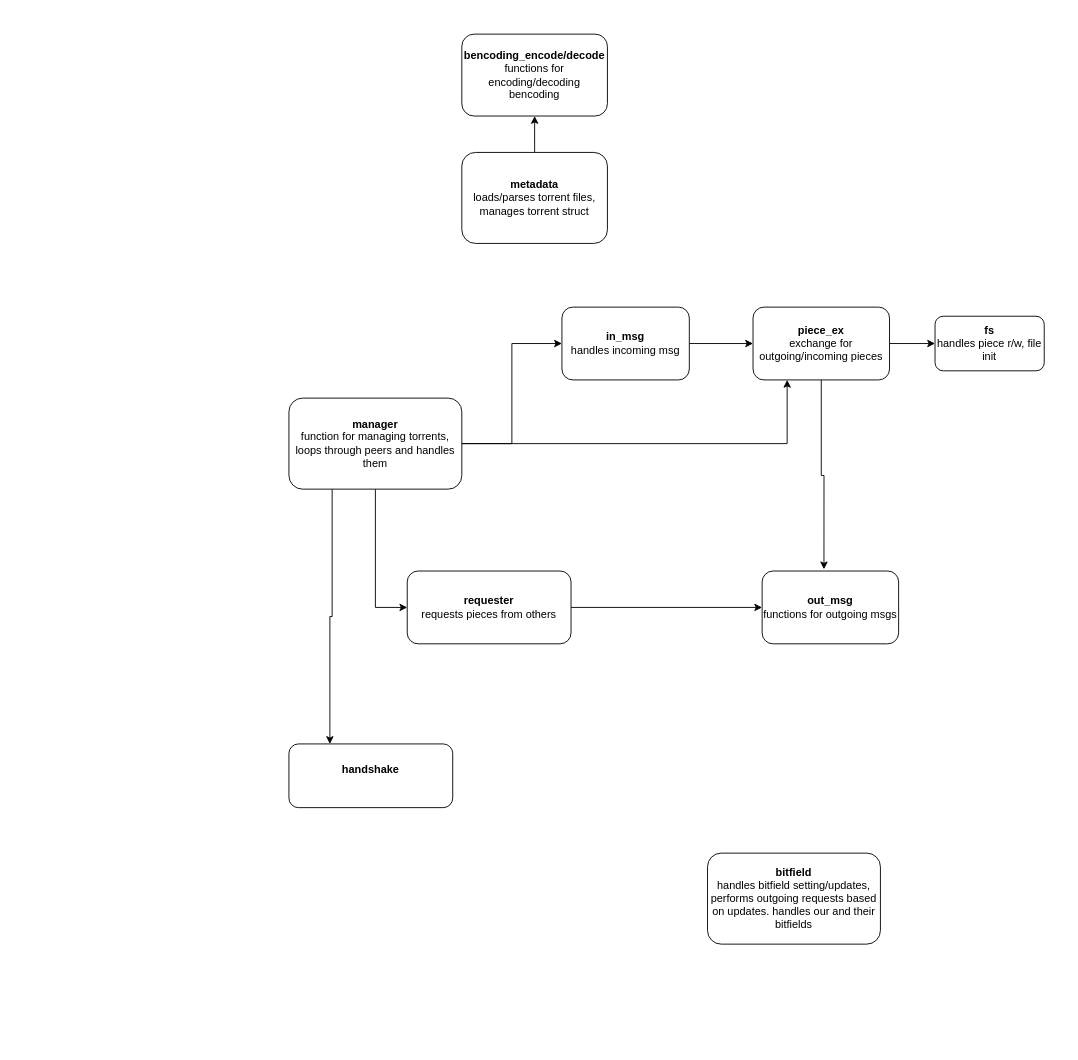
Above: design.drawio in DJAndries/libdtorr (draw.io), before the change. Source tidied: cells renumbered, new cells numbered last; positions are measured from the earlier drawing's top-left corner, leaving out a move shared by most shapes. Both pictures are drawn from the tidied source at 91%, with x=0, y=0 at pixel (288, 34).
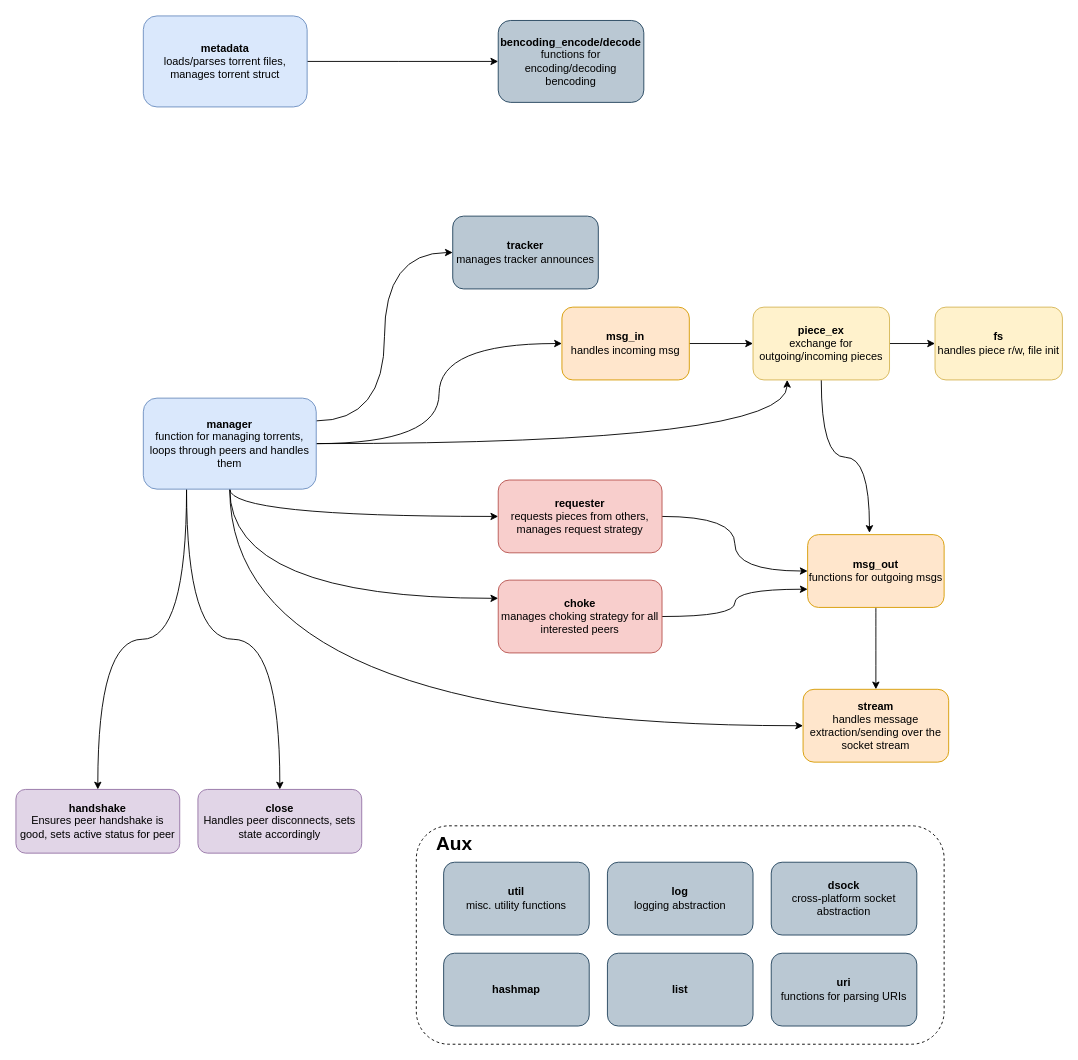
After the change.

Diff of the diagram source:
```diff
@@
-    <mxCell id="2" style="edgeStyle=orthogonalEdgeStyle;rounded=0;jettySize=auto;html=1;exitX=0.5;exitY=0;exitDx=0;exitDy=0;entryX=0.5;entryY=1;entryDx=0;entryDy=0;" parent="1" edge="1" source="3" target="12">
-      <mxGeometry relative="1" as="geometry" />
+    <mxCell id="2" style="edgeStyle=orthogonalEdgeStyle;rounded=0;jettySize=auto;html=1;exitX=1;exitY=0.5;exitDx=0;exitDy=0;entryX=0;entryY=0.5;entryDx=0;entryDy=0;" parent="1" edge="1" source="3" target="12">
+      <mxGeometry relative="1" as="geometry">
+        <Array as="points">
+          <mxPoint x="120" y="30" />
+          <mxPoint x="120" y="30" />
+        </Array>
+      </mxGeometry>
     </mxCell>
-    <mxCell id="3" value="&lt;b&gt;metadata&lt;/b&gt;&lt;br&gt;loads/parses torrent files, manages torrent struct" style="rounded=1;whiteSpace=wrap;html=1;" parent="1" vertex="1">
-      <mxGeometry x="190" y="130" width="160" height="100" as="geometry" />
+    <mxCell id="3" value="&lt;b&gt;metadata&lt;/b&gt;&lt;br&gt;loads/parses torrent files, manages torrent struct" style="rounded=1;whiteSpace=wrap;html=1;fillColor=#dae8fc;strokeColor=#6c8ebf;" parent="1" vertex="1">
+      <mxGeometry x="-160" y="-20" width="180" height="100" as="geometry" />
     </mxCell>
@@
-    <mxCell id="5" style="edgeStyle=orthogonalEdgeStyle;rounded=0;jettySize=auto;html=1;exitX=0.5;exitY=1;exitDx=0;exitDy=0;entryX=0.453;entryY=-0.024;entryDx=0;entryDy=0;entryPerimeter=0;" parent="1" edge="1" source="6" target="16">
+    <mxCell id="5" style="edgeStyle=orthogonalEdgeStyle;jettySize=auto;html=1;exitX=0.5;exitY=1;exitDx=0;exitDy=0;entryX=0.453;entryY=-0.024;entryDx=0;entryDy=0;entryPerimeter=0;curved=1;" parent="1" edge="1" source="6" target="16">
       <mxGeometry relative="1" as="geometry" />
     </mxCell>
-    <mxCell id="6" value="&lt;b&gt;piece_ex&lt;/b&gt;&lt;br&gt;exchange for outgoing/incoming pieces" style="rounded=1;whiteSpace=wrap;html=1;" parent="1" vertex="1">
+    <mxCell id="6" value="&lt;b&gt;piece_ex&lt;/b&gt;&lt;br&gt;exchange for outgoing/incoming pieces" style="rounded=1;whiteSpace=wrap;html=1;fillColor=#fff2cc;strokeColor=#d6b656;" parent="1" vertex="1">
       <mxGeometry x="510" y="300" width="150" height="80" as="geometry" />
     </mxCell>
-    <mxCell id="7" style="edgeStyle=orthogonalEdgeStyle;rounded=0;jettySize=auto;html=1;exitX=1;exitY=0.5;exitDx=0;exitDy=0;entryX=0;entryY=0.5;entryDx=0;entryDy=0;" parent="1" edge="1" source="11" target="15">
+    <mxCell id="7" style="edgeStyle=orthogonalEdgeStyle;jettySize=auto;html=1;exitX=1;exitY=0.5;exitDx=0;exitDy=0;entryX=0;entryY=0.5;entryDx=0;entryDy=0;curved=1;" parent="1" edge="1" source="11" target="15">
       <mxGeometry relative="1" as="geometry" />
     </mxCell>
-    <mxCell id="8" style="edgeStyle=orthogonalEdgeStyle;rounded=0;jettySize=auto;html=1;entryX=0.25;entryY=1;entryDx=0;entryDy=0;" parent="1" edge="1" source="11" target="6">
+    <mxCell id="8" style="edgeStyle=orthogonalEdgeStyle;jettySize=auto;html=1;entryX=0.25;entryY=1;entryDx=0;entryDy=0;curved=1;" parent="1" edge="1" source="11" target="6">
       <mxGeometry relative="1" as="geometry" />
     </mxCell>
-    <mxCell id="9" style="edgeStyle=orthogonalEdgeStyle;rounded=0;jettySize=auto;html=1;exitX=0.5;exitY=1;exitDx=0;exitDy=0;entryX=0;entryY=0.5;entryDx=0;entryDy=0;" parent="1" edge="1" source="11" target="19">
+    <mxCell id="9" style="edgeStyle=orthogonalEdgeStyle;jettySize=auto;html=1;exitX=0.5;exitY=1;exitDx=0;exitDy=0;entryX=0;entryY=0.5;entryDx=0;entryDy=0;curved=1;" parent="1" edge="1" source="11" target="19">
       <mxGeometry relative="1" as="geometry" />
     </mxCell>
-    <mxCell id="10" style="edgeStyle=orthogonalEdgeStyle;rounded=0;jettySize=auto;html=1;exitX=0.25;exitY=1;exitDx=0;exitDy=0;entryX=0.25;entryY=0;entryDx=0;entryDy=0;" parent="1" edge="1" source="11" target="20">
+    <mxCell id="10" style="edgeStyle=orthogonalEdgeStyle;curved=1;jettySize=auto;html=1;exitX=0.25;exitY=1;exitDx=0;exitDy=0;" parent="1" edge="1" source="11" target="20">
       <mxGeometry relative="1" as="geometry" />
     </mxCell>
+    <mxCell id="21" style="edgeStyle=orthogonalEdgeStyle;curved=1;jettySize=auto;html=1;exitX=0.25;exitY=1;exitDx=0;exitDy=0;entryX=0.5;entryY=0;entryDx=0;entryDy=0;" parent="1" edge="1" source="11" target="26">
+      <mxGeometry relative="1" as="geometry" />
+    </mxCell>
+    <mxCell id="22" style="edgeStyle=orthogonalEdgeStyle;curved=1;jettySize=auto;html=1;exitX=0.5;exitY=1;exitDx=0;exitDy=0;entryX=0;entryY=0.25;entryDx=0;entryDy=0;" parent="1" edge="1" source="11" target="28">
+      <mxGeometry relative="1" as="geometry" />
+    </mxCell>
+    <mxCell id="23" style="edgeStyle=orthogonalEdgeStyle;curved=1;jettySize=auto;html=1;exitX=0.5;exitY=1;exitDx=0;exitDy=0;entryX=0;entryY=0.5;entryDx=0;entryDy=0;" parent="1" edge="1" source="11" target="29">
+      <mxGeometry relative="1" as="geometry" />
+    </mxCell>
+    <mxCell id="24" style="edgeStyle=orthogonalEdgeStyle;curved=1;jettySize=auto;html=1;exitX=1;exitY=0.25;exitDx=0;exitDy=0;entryX=0;entryY=0.5;entryDx=0;entryDy=0;" parent="1" edge="1" source="11" target="35">
+      <mxGeometry relative="1" as="geometry" />
+    </mxCell>
-    <mxCell id="11" value="&lt;b&gt;manager&lt;/b&gt;&lt;br&gt;function for managing torrents,&lt;br&gt;loops through peers and handles them" style="rounded=1;whiteSpace=wrap;html=1;" parent="1" vertex="1">
-      <mxGeometry y="400" width="190" height="100" as="geometry" />
+    <mxCell id="11" value="&lt;b&gt;manager&lt;/b&gt;&lt;br&gt;function for managing torrents,&lt;br&gt;loops through peers and handles them" style="rounded=1;whiteSpace=wrap;html=1;fillColor=#dae8fc;strokeColor=#6c8ebf;" parent="1" vertex="1">
+      <mxGeometry x="-160" y="400" width="190" height="100" as="geometry" />
     </mxCell>
-    <mxCell id="12" value="&lt;b&gt;bencoding_encode/decode&lt;/b&gt;&lt;br&gt;functions for encoding/decoding bencoding" style="rounded=1;whiteSpace=wrap;html=1;" parent="1" vertex="1">
-      <mxGeometry x="190" width="160" height="90" as="geometry" />
+    <mxCell id="12" value="&lt;b&gt;bencoding_encode/decode&lt;/b&gt;&lt;br&gt;functions for encoding/decoding bencoding" style="rounded=1;whiteSpace=wrap;html=1;fillColor=#bac8d3;strokeColor=#23445d;" parent="1" vertex="1">
+      <mxGeometry x="230" y="-15" width="160" height="90" as="geometry" />
     </mxCell>
-    <mxCell id="13" value="&lt;b&gt;fs&lt;/b&gt;&lt;br&gt;handles piece r/w, file init" style="rounded=1;whiteSpace=wrap;html=1;" parent="1" vertex="1">
-      <mxGeometry x="710" y="310" width="120" height="60" as="geometry" />
+    <mxCell id="13" value="&lt;b&gt;fs&lt;/b&gt;&lt;br&gt;handles piece r/w, file init" style="rounded=1;whiteSpace=wrap;html=1;fillColor=#fff2cc;strokeColor=#d6b656;" parent="1" vertex="1">
+      <mxGeometry x="710" y="300" width="140" height="80" as="geometry" />
     </mxCell>
@@
-    <mxCell id="15" value="&lt;b&gt;in_msg&lt;/b&gt;&lt;br&gt;handles incoming msg" style="rounded=1;whiteSpace=wrap;html=1;" parent="1" vertex="1">
+    <mxCell id="15" value="&lt;b&gt;msg_in&lt;/b&gt;&lt;br&gt;handles incoming msg" style="rounded=1;whiteSpace=wrap;html=1;fillColor=#ffe6cc;strokeColor=#d79b00;" parent="1" vertex="1">
       <mxGeometry x="300" y="300" width="140" height="80" as="geometry" />
     </mxCell>
+    <mxCell id="25" style="edgeStyle=orthogonalEdgeStyle;curved=1;jettySize=auto;html=1;entryX=0.5;entryY=0;entryDx=0;entryDy=0;" parent="1" edge="1" source="16" target="29">
+      <mxGeometry relative="1" as="geometry" />
+    </mxCell>
-    <mxCell id="16" value="&lt;b&gt;out_msg&lt;br&gt;&lt;/b&gt;functions for outgoing msgs&lt;b&gt;&lt;br&gt;&lt;/b&gt;" style="rounded=1;whiteSpace=wrap;html=1;" parent="1" vertex="1">
-      <mxGeometry x="520" y="590" width="150" height="80" as="geometry" />
+    <mxCell id="16" value="&lt;b&gt;msg_out&lt;br&gt;&lt;/b&gt;functions for outgoing msgs&lt;b&gt;&lt;br&gt;&lt;/b&gt;" style="rounded=1;whiteSpace=wrap;html=1;fillColor=#ffe6cc;strokeColor=#d79b00;" parent="1" vertex="1">
+      <mxGeometry x="570" y="550" width="150" height="80" as="geometry" />
     </mxCell>
-    <mxCell id="17" value="&lt;b&gt;bitfield&lt;br&gt;&lt;/b&gt;handles bitfield setting/updates, performs outgoing requests based on updates. handles our and their bitfields" style="rounded=1;whiteSpace=wrap;html=1;" parent="1" vertex="1">
-      <mxGeometry x="460" y="900" width="190" height="100" as="geometry" />
-    </mxCell>
-    <mxCell id="18" style="edgeStyle=orthogonalEdgeStyle;rounded=0;jettySize=auto;html=1;exitX=1;exitY=0.5;exitDx=0;exitDy=0;entryX=0;entryY=0.5;entryDx=0;entryDy=0;" parent="1" edge="1" source="19" target="16">
+    <mxCell id="18" style="edgeStyle=orthogonalEdgeStyle;jettySize=auto;html=1;exitX=1;exitY=0.5;exitDx=0;exitDy=0;entryX=0;entryY=0.5;entryDx=0;entryDy=0;curved=1;" parent="1" edge="1" source="19" target="16">
       <mxGeometry relative="1" as="geometry" />
     </mxCell>
-    <mxCell id="19" value="&lt;b&gt;requester&lt;/b&gt;&lt;br&gt;requests pieces from others" style="rounded=1;whiteSpace=wrap;html=1;" parent="1" vertex="1">
-      <mxGeometry x="130" y="590" width="180" height="80" as="geometry" />
+    <mxCell id="19" value="&lt;b&gt;requester&lt;/b&gt;&lt;br&gt;requests pieces from others, manages request strategy" style="rounded=1;whiteSpace=wrap;html=1;fillColor=#f8cecc;strokeColor=#b85450;" parent="1" vertex="1">
+      <mxGeometry x="230" y="490" width="180" height="80" as="geometry" />
     </mxCell>
-    <mxCell id="20" value="&lt;b&gt;handshake&lt;br&gt;&lt;br&gt;&lt;/b&gt;" style="rounded=1;whiteSpace=wrap;html=1;" parent="1" vertex="1">
-      <mxGeometry y="780" width="180" height="70" as="geometry" />
+    <mxCell id="20" value="&lt;b&gt;handshake&lt;/b&gt;&lt;br&gt;Ensures peer handshake is good, sets active status for peer" style="rounded=1;whiteSpace=wrap;html=1;fillColor=#e1d5e7;strokeColor=#9673a6;" parent="1" vertex="1">
+      <mxGeometry x="-300" y="830" width="180" height="70" as="geometry" />
     </mxCell>
+    <mxCell id="26" value="&lt;b&gt;close&lt;/b&gt;&lt;br&gt;Handles peer disconnects, sets state accordingly" style="rounded=1;whiteSpace=wrap;html=1;fillColor=#e1d5e7;strokeColor=#9673a6;" parent="1" vertex="1">
+      <mxGeometry x="-100" y="830" width="180" height="70" as="geometry" />
+    </mxCell>
+    <mxCell id="27" style="edgeStyle=orthogonalEdgeStyle;curved=1;jettySize=auto;html=1;exitX=1;exitY=0.5;exitDx=0;exitDy=0;entryX=0;entryY=0.75;entryDx=0;entryDy=0;" parent="1" edge="1" source="28" target="16">
+      <mxGeometry relative="1" as="geometry" />
+    </mxCell>
+    <mxCell id="28" value="&lt;b&gt;choke&lt;/b&gt;&lt;br&gt;manages choking strategy for all interested peers" style="rounded=1;whiteSpace=wrap;html=1;fillColor=#f8cecc;strokeColor=#b85450;" parent="1" vertex="1">
+      <mxGeometry x="230" y="600" width="180" height="80" as="geometry" />
+    </mxCell>
+    <mxCell id="29" value="&lt;b&gt;stream&lt;/b&gt;&lt;br&gt;handles message extraction/sending over the socket stream" style="rounded=1;whiteSpace=wrap;html=1;fillColor=#ffe6cc;strokeColor=#d79b00;" parent="1" vertex="1">
+      <mxGeometry x="565" y="720" width="160" height="80" as="geometry" />
+    </mxCell>
+    <mxCell id="30" value="&amp;nbsp; &amp;nbsp; &amp;nbsp;&amp;nbsp;&lt;font style=&quot;font-size: 21px&quot;&gt;&lt;b&gt;Aux&lt;/b&gt;&lt;/font&gt;" style="rounded=1;whiteSpace=wrap;html=1;dashed=1;verticalAlign=top;align=left;" parent="1" vertex="1">
+      <mxGeometry x="140" y="870" width="580" height="240" as="geometry" />
+    </mxCell>
+    <mxCell id="31" value="&lt;b&gt;util&lt;/b&gt;&lt;br&gt;misc. utility functions" style="rounded=1;whiteSpace=wrap;html=1;align=center;fillColor=#bac8d3;strokeColor=#23445d;" parent="1" vertex="1">
+      <mxGeometry x="170" y="910" width="160" height="80" as="geometry" />
+    </mxCell>
+    <mxCell id="32" value="&lt;b&gt;log&lt;/b&gt;&lt;br&gt;logging abstraction" style="rounded=1;whiteSpace=wrap;html=1;align=center;fillColor=#bac8d3;strokeColor=#23445d;" parent="1" vertex="1">
+      <mxGeometry x="350" y="910" width="160" height="80" as="geometry" />
+    </mxCell>
+    <mxCell id="33" value="&lt;b&gt;dsock&lt;/b&gt;&lt;br&gt;cross-platform socket abstraction" style="rounded=1;whiteSpace=wrap;html=1;align=center;fillColor=#bac8d3;strokeColor=#23445d;" parent="1" vertex="1">
+      <mxGeometry x="530" y="910" width="160" height="80" as="geometry" />
+    </mxCell>
+    <mxCell id="34" value="&lt;b&gt;uri&lt;/b&gt;&lt;br&gt;functions for parsing URIs" style="rounded=1;whiteSpace=wrap;html=1;align=center;fillColor=#bac8d3;strokeColor=#23445d;" parent="1" vertex="1">
+      <mxGeometry x="530" y="1010" width="160" height="80" as="geometry" />
+    </mxCell>
+    <mxCell id="35" value="&lt;b&gt;tracker&lt;/b&gt;&lt;br&gt;manages tracker announces" style="rounded=1;whiteSpace=wrap;html=1;align=center;fillColor=#bac8d3;strokeColor=#23445d;" parent="1" vertex="1">
+      <mxGeometry x="180" y="200" width="160" height="80" as="geometry" />
+    </mxCell>
+    <mxCell id="36" value="&lt;b&gt;hashmap&lt;/b&gt;" style="rounded=1;whiteSpace=wrap;html=1;align=center;fillColor=#bac8d3;strokeColor=#23445d;" parent="1" vertex="1">
+      <mxGeometry x="170" y="1010" width="160" height="80" as="geometry" />
+    </mxCell>
+    <mxCell id="37" value="&lt;b&gt;list&lt;/b&gt;" style="rounded=1;whiteSpace=wrap;html=1;align=center;fillColor=#bac8d3;strokeColor=#23445d;" parent="1" vertex="1">
+      <mxGeometry x="350" y="1010" width="160" height="80" as="geometry" />
+    </mxCell>
```
